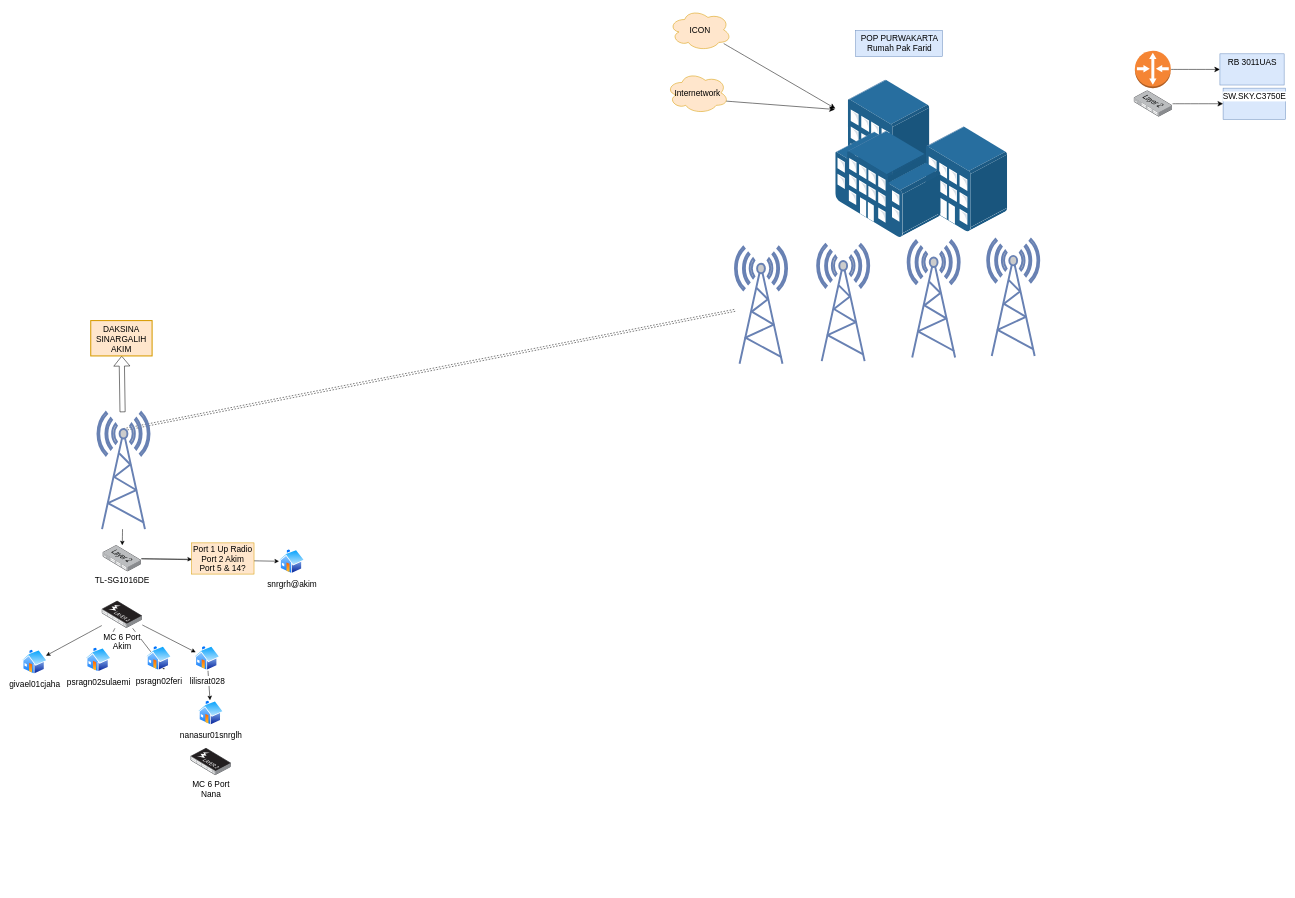
Above: POP Purwakarta.drawio in akbar12109/akbar12109.github.io (draw.io), before the change. Source tidied: cells renumbered, new cells numbered last; positions are measured from the earlier drawing's top-left corner, leaving out a move shared by most shapes. Both pictures are drawn from the tidied source at 52%, with x=0, y=0 at pixel (21, 9).
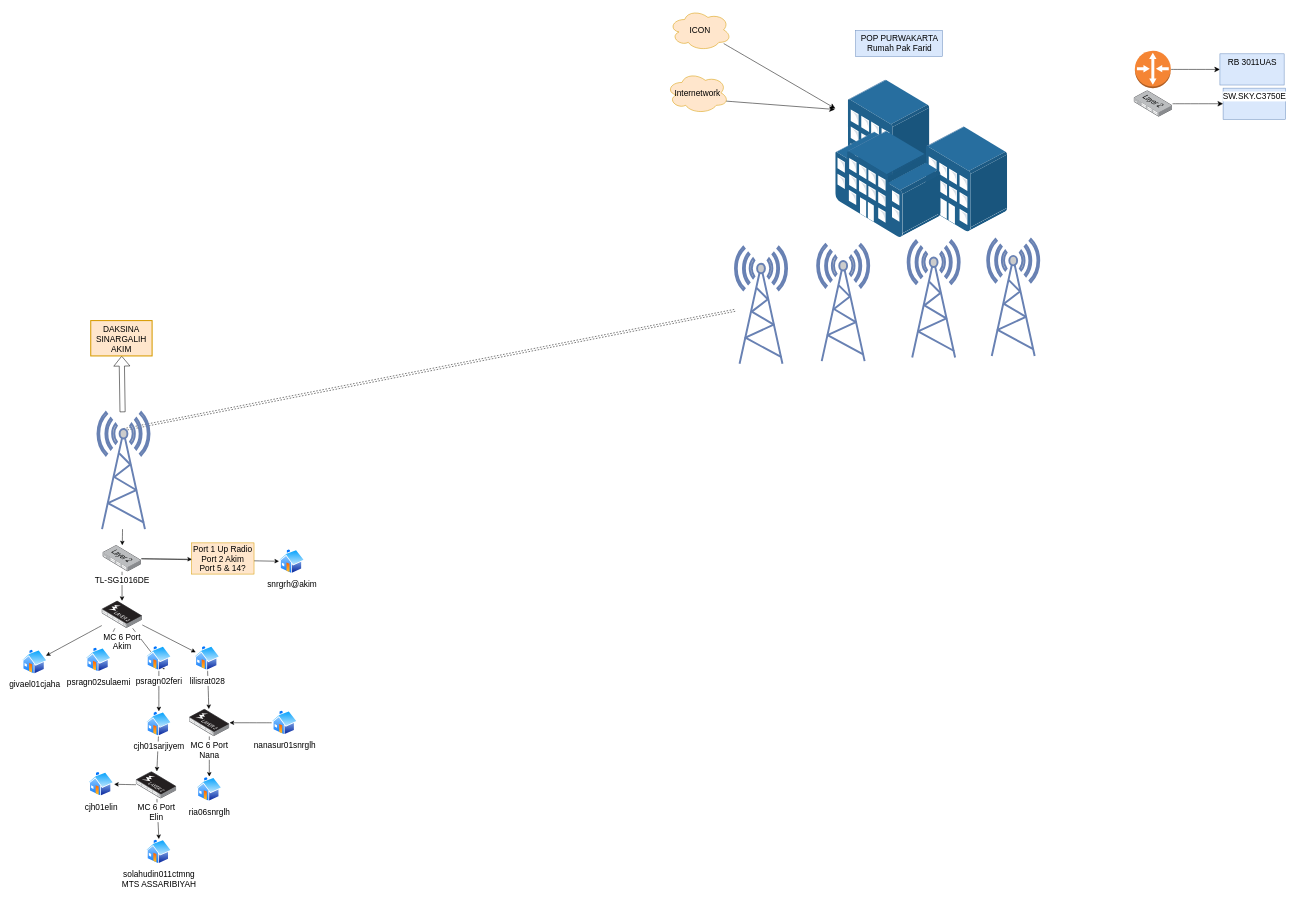
Above is the later version.

The change refers to these unchanged cells:
```xml
<mxCell id="26" value=" TL-SG1016DE" style="points=[];html=1;align=center;shadow=0;dashed=0;image;image=img/lib/allied_telesis/switch/Switch_24_port_L2.svg;fontSize=16;" parent="1" vertex="1">
  <mxGeometry x="156" y="1031" width="74.4" height="51" as="geometry" />
</mxCell>
<mxCell id="32" value="&lt;div&gt;MC 6 Port&lt;/div&gt;&lt;div&gt;Akim&lt;br&gt;&lt;/div&gt;" style="points=[];html=1;align=center;shadow=0;dashed=0;image;image=img/lib/allied_telesis/switch/Switch_48_port_L2_POE.svg;fontSize=16;" parent="1" vertex="1">
  <mxGeometry x="154.2" y="1138" width="78" height="52.8" as="geometry" />
</mxCell>
<mxCell id="35" value="psragn02feri" style="perimeter=ellipsePerimeter;html=1;align=center;shadow=0;dashed=0;spacingTop=3;image;image=img/lib/active_directory/home.svg;fontSize=16;" parent="1" vertex="1">
  <mxGeometry x="239" y="1224" width="50" height="48.5" as="geometry" />
</mxCell>
<mxCell id="37" value="lilisrat028" style="perimeter=ellipsePerimeter;html=1;align=center;shadow=0;dashed=0;spacingTop=3;image;image=img/lib/active_directory/home.svg;fontSize=16;" parent="1" vertex="1">
  <mxGeometry x="332" y="1224" width="50" height="48.5" as="geometry" />
</mxCell>
```

Change to the diagram source:
```diff
@@
+    <mxCell id="40" style="edgeStyle=none;curved=1;jettySize=auto;html=1;fontSize=12;" parent="1" edge="1" source="26" target="32">
+      <mxGeometry relative="1" as="geometry" />
+    </mxCell>
@@
+    <mxCell id="41" style="edgeStyle=none;curved=1;jettySize=auto;html=1;fontSize=12;entryX=0.5;entryY=0;entryDx=0;entryDy=0;" parent="1" edge="1" source="35" target="47">
+      <mxGeometry relative="1" as="geometry" />
+    </mxCell>
@@
-    <mxCell id="36" style="edgeStyle=none;curved=1;jettySize=auto;html=1;fontSize=12;" parent="1" edge="1" source="37" target="38">
-      <mxGeometry relative="1" as="geometry" />
-    </mxCell>
+    <mxCell id="42" style="edgeStyle=none;curved=1;jettySize=auto;html=1;fontSize=12;" parent="1" edge="1" source="37" target="39">
+      <mxGeometry relative="1" as="geometry" />
+    </mxCell>
@@
+    <mxCell id="43" style="edgeStyle=none;curved=1;jettySize=auto;html=1;fontSize=12;" parent="1" edge="1" source="38" target="39">
+      <mxGeometry relative="1" as="geometry" />
+    </mxCell>
     <mxCell id="38" value="nanasur01snrglh" style="perimeter=ellipsePerimeter;html=1;align=center;shadow=0;dashed=0;spacingTop=3;image;image=img/lib/active_directory/home.svg;fontSize=16;" parent="1" vertex="1">
-      <mxGeometry x="339" y="1329" width="50" height="48.5" as="geometry" />
+      <mxGeometry x="481" y="1348.2" width="50" height="48.5" as="geometry" />
     </mxCell>
+    <mxCell id="44" style="edgeStyle=none;curved=1;jettySize=auto;html=1;fontSize=12;" parent="1" edge="1" source="39" target="45">
+      <mxGeometry relative="1" as="geometry" />
+    </mxCell>
     <mxCell id="39" value="&lt;div&gt;MC 6 Port&lt;/div&gt;&lt;div&gt;Nana&lt;br&gt;&lt;/div&gt;" style="points=[];html=1;align=center;shadow=0;dashed=0;image;image=img/lib/allied_telesis/switch/Switch_48_port_L2_POE.svg;fontSize=16;" parent="1" vertex="1">
-      <mxGeometry x="325" y="1421" width="78" height="52.8" as="geometry" />
+      <mxGeometry x="322" y="1346" width="78" height="52.8" as="geometry" />
     </mxCell>
+    <mxCell id="45" value="ria06snrglh" style="perimeter=ellipsePerimeter;html=1;align=center;shadow=0;dashed=0;spacingTop=3;image;image=img/lib/active_directory/home.svg;fontSize=16;" parent="1" vertex="1">
+      <mxGeometry x="336" y="1476" width="50" height="48.5" as="geometry" />
+    </mxCell>
+    <mxCell id="46" style="edgeStyle=none;curved=1;jettySize=auto;html=1;fontSize=12;" parent="1" edge="1" source="47" target="50">
+      <mxGeometry relative="1" as="geometry" />
+    </mxCell>
+    <mxCell id="47" value="cjh01sarjiyem" style="perimeter=ellipsePerimeter;html=1;align=center;shadow=0;dashed=0;spacingTop=3;image;image=img/lib/active_directory/home.svg;fontSize=16;" parent="1" vertex="1">
+      <mxGeometry x="239" y="1350.3" width="50" height="48.5" as="geometry" />
+    </mxCell>
+    <mxCell id="48" style="edgeStyle=none;curved=1;jettySize=auto;html=1;fontSize=12;" parent="1" edge="1" source="50" target="51">
+      <mxGeometry relative="1" as="geometry" />
+    </mxCell>
+    <mxCell id="49" style="edgeStyle=none;curved=1;jettySize=auto;html=1;entryX=0.5;entryY=0;entryDx=0;entryDy=0;fontSize=12;" parent="1" edge="1" source="50" target="52">
+      <mxGeometry relative="1" as="geometry" />
+    </mxCell>
+    <mxCell id="50" value="&lt;div&gt;MC 6 Port&lt;/div&gt;&lt;div&gt;Elin&lt;br&gt;&lt;/div&gt;" style="points=[];html=1;align=center;shadow=0;dashed=0;image;image=img/lib/allied_telesis/switch/Switch_48_port_L2_POE.svg;fontSize=16;" parent="1" vertex="1">
+      <mxGeometry x="220" y="1466" width="78" height="52.8" as="geometry" />
+    </mxCell>
+    <mxCell id="51" value="cjh01elin" style="perimeter=ellipsePerimeter;html=1;align=center;shadow=0;dashed=0;spacingTop=3;image;image=img/lib/active_directory/home.svg;fontSize=16;" parent="1" vertex="1">
+      <mxGeometry x="128" y="1466" width="50" height="48.5" as="geometry" />
+    </mxCell>
+    <mxCell id="52" value="solahudin011ctmng&lt;br&gt;MTS ASSARIBIYAH" style="perimeter=ellipsePerimeter;html=1;align=center;shadow=0;dashed=0;spacingTop=3;image;image=img/lib/active_directory/home.svg;fontSize=16;" parent="1" vertex="1">
+      <mxGeometry x="239" y="1596" width="50" height="48.5" as="geometry" />
+    </mxCell>
```
